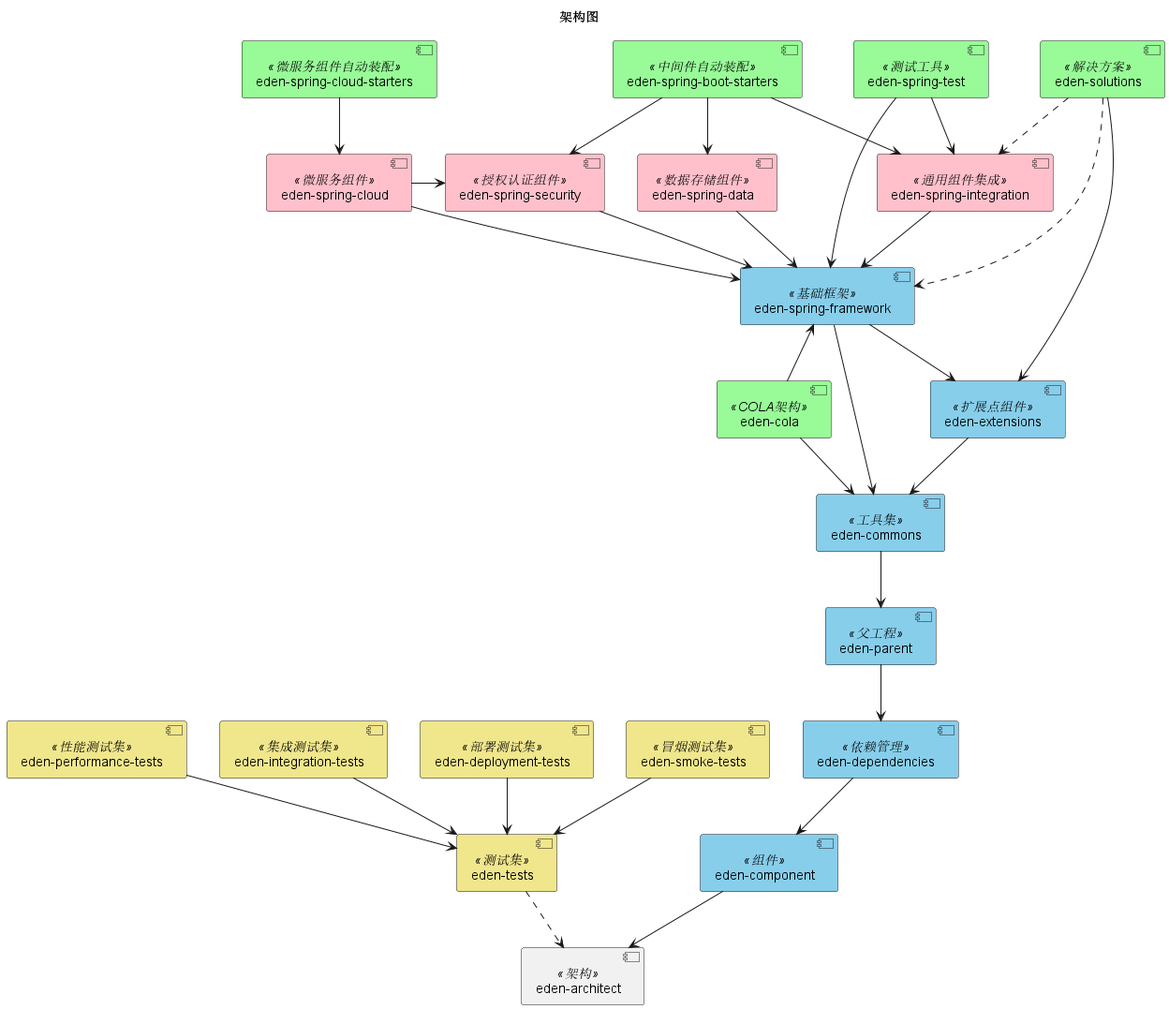
The PlantUML diagram docs/uml/component.png in shiyindaxiaojie/eden-architect, before a commit.
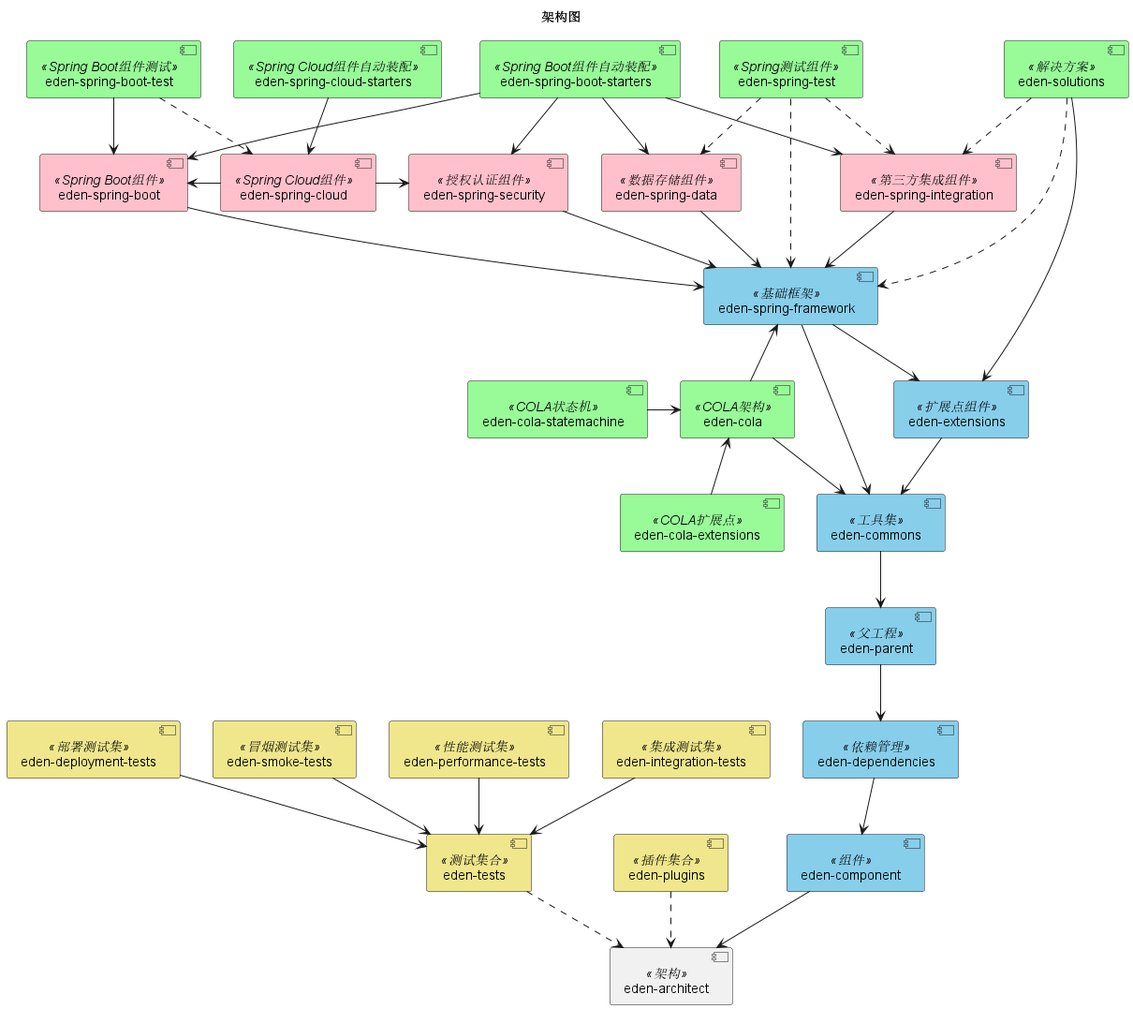
Later version of the same file.

The edit, as a diff of the source:
```diff
@@ -14,18 +14,22 @@
 [eden-parent] <<父工程>>
 [eden-commons] <<工具集>>
 [eden-extensions] <<扩展点组件>>
-[eden-cola] <<COLA架构>>
 [eden-spring-framework] <<基础框架>>
 [eden-spring-data] <<数据存储组件>>
 [eden-spring-security] <<授权认证组件>>
-[eden-spring-integration] <<通用组件集成>>
-[eden-spring-boot-starters] <<中间件自动装配>>
-[eden-spring-cloud] <<微服务组件>>
-[eden-spring-cloud-starters] <<微服务组件自动装配>>
-[eden-spring-test] <<测试工具>>
+[eden-spring-integration] <<第三方集成组件>>
+[eden-spring-boot] <<Spring Boot组件>>
+[eden-spring-boot-test] <<Spring Boot组件测试>>
+[eden-spring-boot-starters] <<Spring Boot组件自动装配>>
+[eden-spring-cloud] <<Spring Cloud组件>>
+[eden-spring-cloud-starters] <<Spring Cloud组件自动装配>>
+[eden-spring-test] <<Spring测试组件>>
 [eden-solutions] <<解决方案>>
-
-[eden-tests] <<测试集>>
+[eden-cola] <<COLA架构>>
+[eden-cola-extensions] <<COLA扩展点>>
+[eden-cola-statemachine] <<COLA状态机>>
+[eden-plugins] <<插件集合>>
+[eden-tests] <<测试集合>>
 [eden-deployment-tests] <<部署测试集>>
 [eden-integration-tests] <<集成测试集>>
 [eden-performance-tests] <<性能测试集>>
@@ -40,15 +44,19 @@
     backgroundColor<<基础框架>> SkyBlue
 	backgroundColor<<数据存储组件>> Pink
 	backgroundColor<<授权认证组件>> Pink
-	backgroundColor<<通用组件集成>> Pink
-	backgroundColor<<微服务组件>> Pink
-	backgroundColor<<COLA架构>> PaleGreen
-    backgroundColor<<中间件自动装配>> PaleGreen
-    backgroundColor<<微服务组件自动装配>> PaleGreen
-    backgroundColor<<测试工具>> PaleGreen
+	backgroundColor<<第三方集成组件>> Pink
+	backgroundColor<<Spring Boot组件>> Pink
+	backgroundColor<<Spring Cloud组件>> Pink
+	backgroundColor<<Spring Boot组件测试>> PaleGreen
+    backgroundColor<<Spring Boot组件自动装配>> PaleGreen
+    backgroundColor<<Spring Cloud组件自动装配>> PaleGreen
+    backgroundColor<<Spring测试组件>> PaleGreen
+    backgroundColor<<COLA架构>> PaleGreen
+    backgroundColor<<COLA扩展点>> PaleGreen
+    backgroundColor<<COLA状态机>> PaleGreen
 	backgroundColor<<解决方案>> PaleGreen
-
-	backgroundColor<<测试集>> Khaki
+    backgroundColor<<插件集合>> Khaki
+	backgroundColor<<测试集合>> Khaki
 	backgroundColor<<部署测试集>> Khaki
 	backgroundColor<<集成测试集>> Khaki
 	backgroundColor<<性能测试集>> Khaki
@@ -60,25 +68,32 @@
 [eden-parent] --> [eden-dependencies]
 [eden-commons] --> [eden-parent]
 [eden-extensions] --> [eden-commons]
-[eden-cola] --> [eden-commons]
-[eden-cola] -u-> [eden-spring-framework]
 [eden-spring-framework] --> [eden-commons]
 [eden-spring-framework] --> [eden-extensions]
+[eden-spring-boot] --> [eden-spring-framework]
 [eden-spring-data] --> [eden-spring-framework]
 [eden-spring-security] --> [eden-spring-framework]
 [eden-spring-integration] --> [eden-spring-framework]
-[eden-spring-cloud] --> [eden-spring-framework]
+[eden-spring-cloud] -l-> [eden-spring-boot]
 [eden-spring-cloud] -r-> [eden-spring-security]
-[eden-spring-test] --> [eden-spring-framework]
-[eden-spring-test] --> [eden-spring-integration]
+[eden-spring-test] ..> [eden-spring-framework]
+[eden-spring-test] ..> [eden-spring-data]
+[eden-spring-test] ..> [eden-spring-integration]
+[eden-spring-boot-starters] --> [eden-spring-boot]
 [eden-spring-boot-starters] --> [eden-spring-data]
 [eden-spring-boot-starters] --> [eden-spring-security]
 [eden-spring-boot-starters] --> [eden-spring-integration]
+[eden-spring-boot-test] --> [eden-spring-boot]
+[eden-spring-boot-test] ..> [eden-spring-cloud]
 [eden-spring-cloud-starters] --> [eden-spring-cloud]
 [eden-solutions] --> [eden-extensions]
 [eden-solutions] ..> [eden-spring-framework]
 [eden-solutions] ..> [eden-spring-integration]
-
+[eden-cola] --> [eden-commons]
+[eden-cola] -u-> [eden-spring-framework]
+[eden-cola-extensions] -u-> [eden-cola]
+[eden-cola-statemachine] -r-> [eden-cola]
+[eden-architect] <.u. [eden-plugins]
 [eden-architect] <.u. [eden-tests]
 [eden-tests] <-u- [eden-deployment-tests]
 [eden-tests] <-u- [eden-integration-tests]
```
